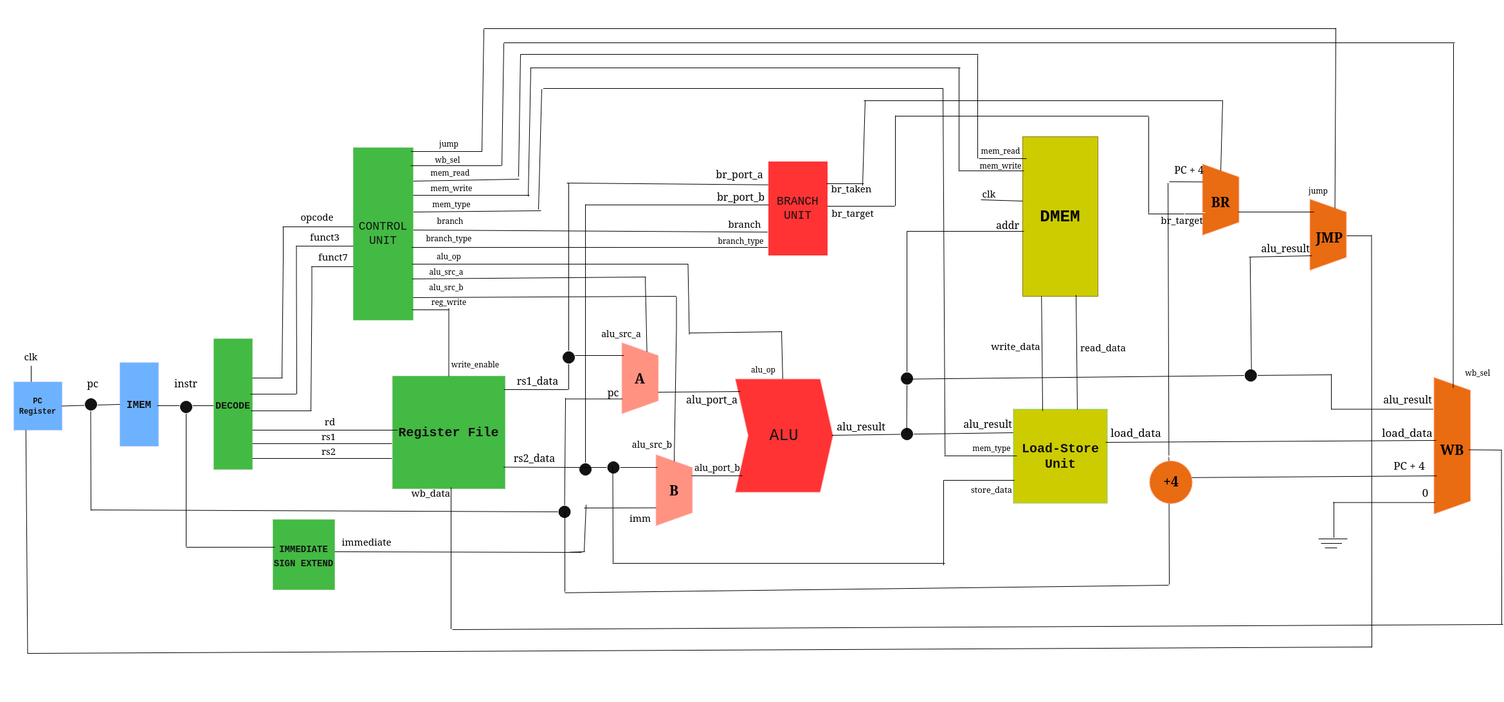
Earlier version of the draw.io export screenshots/block_diagram.png (tasath26/RV32I-CPU). Source tidied: cells renumbered, new cells last; positions are measured from the earlier drawing's top-left corner, leaving out a move shared by most shapes.
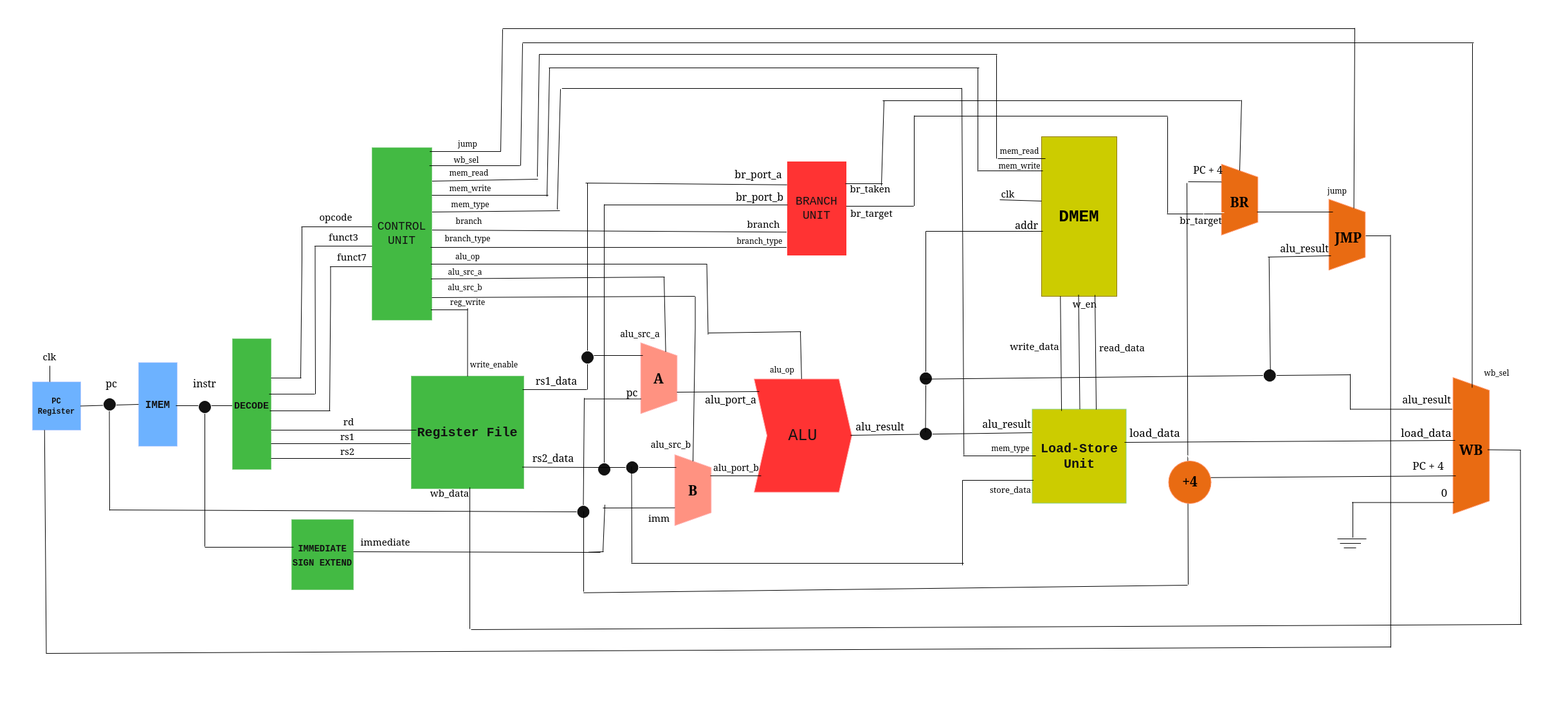
After the commit.

Commit message:
[fix] Update Block diagram

Diff of the diagram source:
```diff
@@ -984,5 +984,23 @@
     <mxCell id="217" style="ellipse;whiteSpace=wrap;html=1;fillColor=light-dark(#FFFFFF,#FFFFFF);" parent="1" vertex="1">
       <mxGeometry x="1763" y="1010" width="80" height="80" as="geometry" />
     </mxCell>
+    <mxCell id="218" style="endArrow=none;html=1;rounded=0;strokeColor=light-dark(#000000,#000000);entryX=0.25;entryY=1;entryDx=0;entryDy=0;exitX=0.312;exitY=0.017;exitDx=0;exitDy=0;exitPerimeter=0;" parent="1" edge="1">
+      <mxGeometry relative="1" as="geometry">
+        <mxPoint x="1649.5" y="635.5" as="sourcePoint" />
+        <mxPoint x="1647.5" y="457.5" as="targetPoint" />
+      </mxGeometry>
+    </mxCell>
+    <mxCell id="219" value="&lt;font style=&quot;font-size: 15px;&quot;&gt;&lt;span style=&quot;color: light-dark(rgb(0, 0, 0), rgb(0, 0, 0));&quot;&gt;w_en&lt;/span&gt;&lt;/font&gt;" style="text;html=1;whiteSpace=wrap;strokeColor=none;fillColor=none;align=center;verticalAlign=middle;rounded=0;" parent="1" vertex="1">
+      <mxGeometry x="1623" y="460" width="68.5" height="21" as="geometry" />
+    </mxCell>
+    <mxCell id="220" style="edgeStyle=orthogonalEdgeStyle;rounded=0;orthogonalLoop=1;jettySize=auto;html=1;exitX=1;exitY=1;exitDx=0;exitDy=0;entryX=0.937;entryY=0.714;entryDx=0;entryDy=0;entryPerimeter=0;" parent="1" edge="1" source="216" target="216">
+      <mxGeometry relative="1" as="geometry" />
+    </mxCell>
+    <mxCell id="221" style="ellipse;whiteSpace=wrap;html=1;fillColor=light-dark(#FFFFFF,#FFFFFF);" parent="1" vertex="1">
+      <mxGeometry x="2327" y="1016" width="80" height="80" as="geometry" />
+    </mxCell>
+    <mxCell id="222" style="ellipse;whiteSpace=wrap;html=1;fillColor=light-dark(#FFFFFF,#FFFFFF);" parent="1" vertex="1">
+      <mxGeometry x="-29" y="1024" width="80" height="80" as="geometry" />
+    </mxCell>
   </root>
 </mxGraphModel>
```
